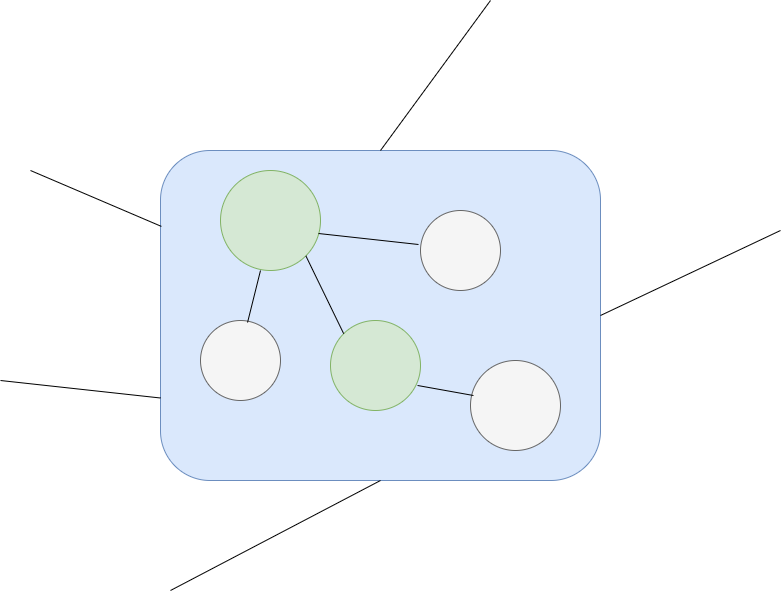
This is More Design Principles/Coupling and Cohesion/Cohesion.png from smitbmx/Architecture-Diagrams, a draw.io export, as it was before one commit. Source tidied: cells renumbered, new cells last; positions are measured from the earlier drawing's top-left corner, leaving out a move shared by most shapes.
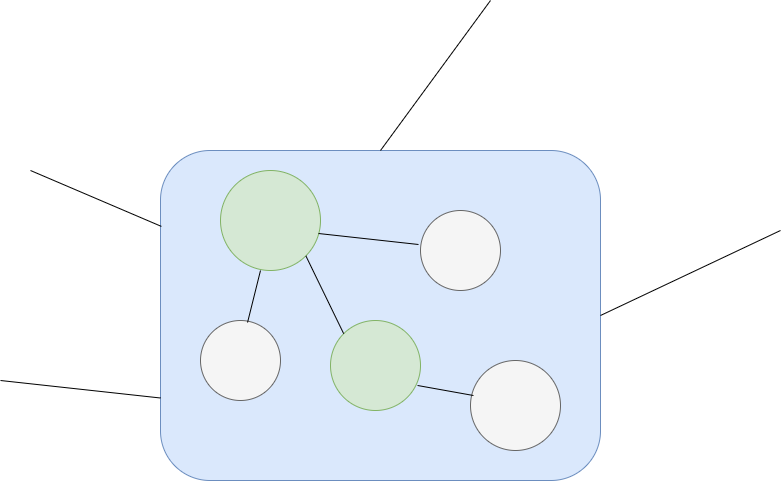
Later version of the same file.

The edit, as a diff of the source:
```diff
@@ -10,11 +10,6 @@
         <mxPoint x="490" as="targetPoint" />
       </mxGeometry>
     </mxCell>
-    <mxCell id="4" style="endArrow=none;html=1;entryX=0.5;entryY=1;entryDx=0;entryDy=0;" parent="1" edge="1" target="2">
-      <mxGeometry relative="1" as="geometry">
-        <mxPoint x="170" y="590" as="sourcePoint" />
-      </mxGeometry>
-    </mxCell>
     <mxCell id="5" style="endArrow=none;html=1;entryX=0;entryY=0.75;entryDx=0;entryDy=0;" parent="1" edge="1" target="2">
       <mxGeometry relative="1" as="geometry">
         <mxPoint y="380" as="sourcePoint" />
```
